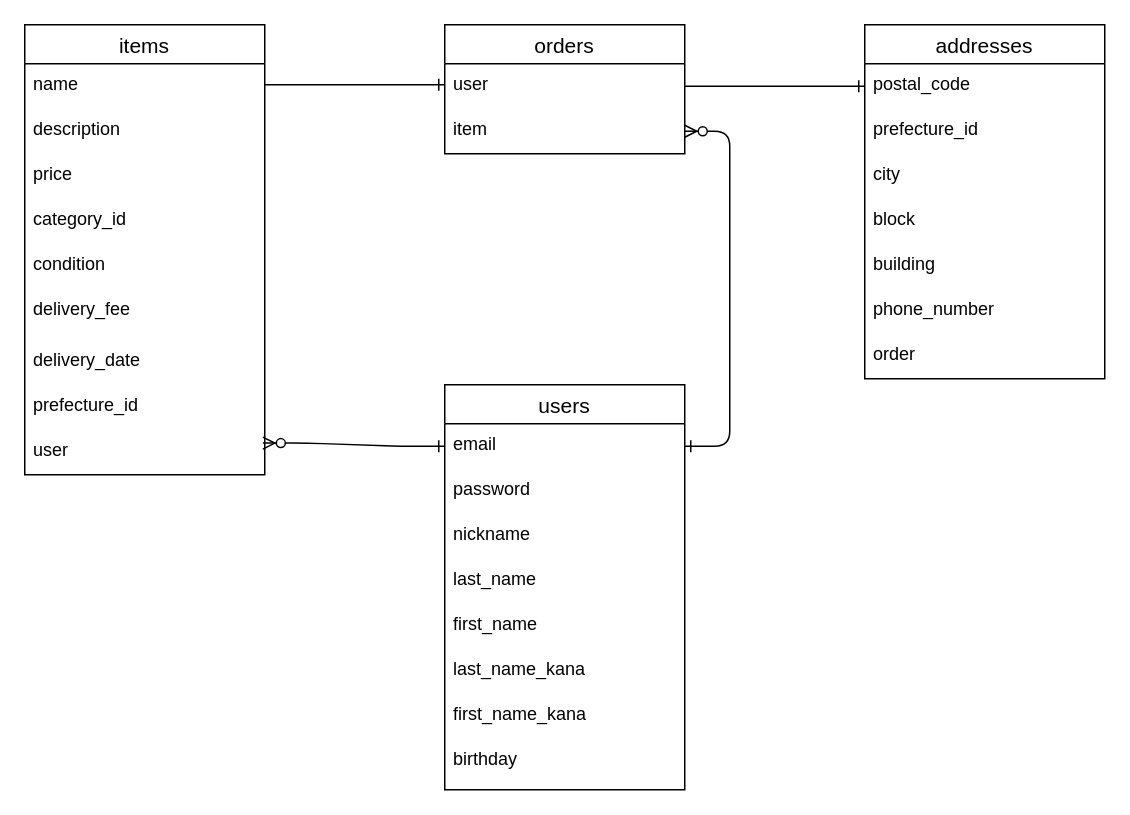
This is furima-39779.dio from cloudygraysky/furima-39779, a draw.io file, before an edit. Source tidied: cells renumbered, new cells numbered last; positions are measured from the earlier drawing's top-left corner, leaving out a move shared by most shapes. Both pictures are drawn from the tidied source at 150%, with x=0, y=0 at pixel (24, 24).
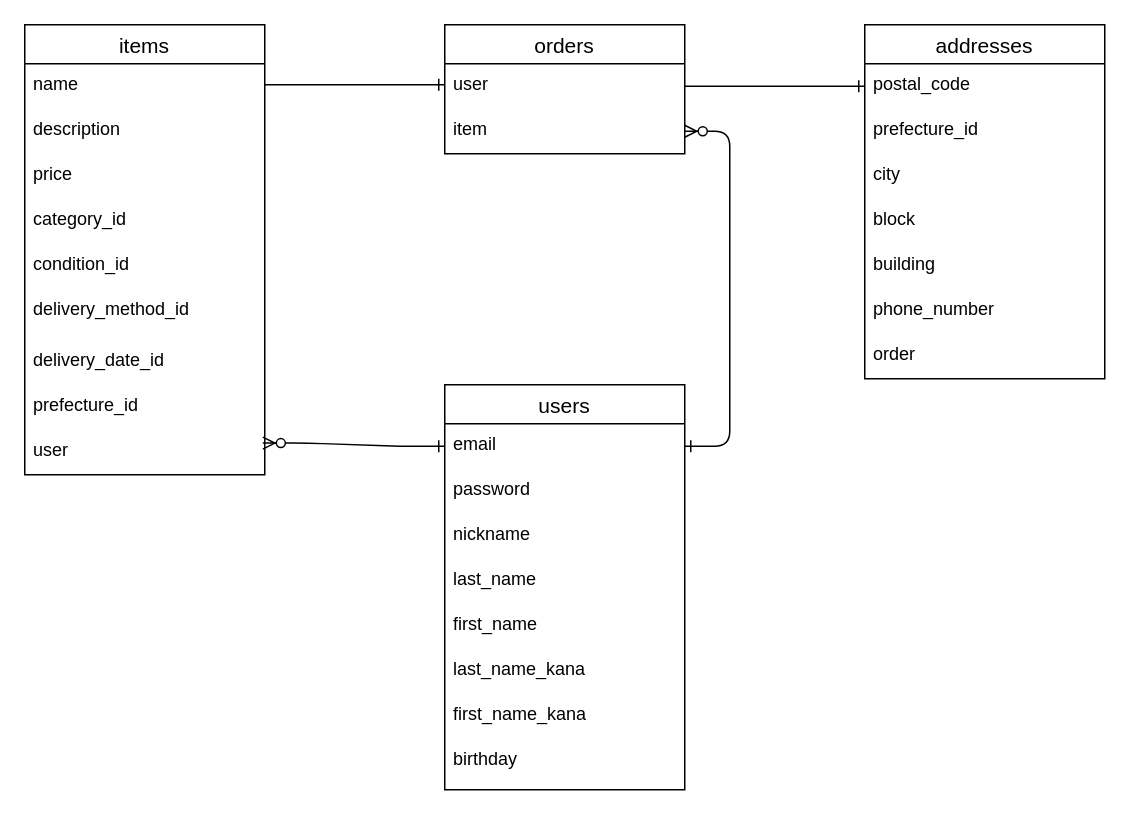
After the change.

The change refers to these unchanged cells:
```xml
<mxCell id="14" value="items" style="swimlane;fontStyle=0;horizontal=1;startSize=26;align=center;fontSize=14;" parent="1" vertex="1">
  <mxGeometry width="160" height="300" as="geometry" />
</mxCell>
```

The edit, as a diff of the source:
```diff
@@
-    <mxCell id="19" value="condition" style="text;strokeColor=none;fillColor=none;spacingLeft=4;spacingRight=4;overflow=hidden;fontSize=12;" parent="14" vertex="1">
+    <mxCell id="19" value="condition_id" style="text;strokeColor=none;fillColor=none;spacingLeft=4;spacingRight=4;overflow=hidden;fontSize=12;" parent="14" vertex="1">
       <mxGeometry y="146" width="160" height="30" as="geometry" />
     </mxCell>
-    <mxCell id="20" value="delivery_fee" style="text;strokeColor=none;fillColor=none;spacingLeft=4;spacingRight=4;overflow=hidden;fontSize=12;" parent="14" vertex="1">
+    <mxCell id="20" value="delivery_method_id" style="text;strokeColor=none;fillColor=none;spacingLeft=4;spacingRight=4;overflow=hidden;fontSize=12;" parent="14" vertex="1">
       <mxGeometry y="176" width="160" height="34" as="geometry" />
     </mxCell>
-    <mxCell id="21" value="delivery_date" style="text;strokeColor=none;fillColor=none;spacingLeft=4;spacingRight=4;overflow=hidden;fontSize=12;" parent="14" vertex="1">
+    <mxCell id="21" value="delivery_date_id" style="text;strokeColor=none;fillColor=none;spacingLeft=4;spacingRight=4;overflow=hidden;fontSize=12;" parent="14" vertex="1">
       <mxGeometry y="210" width="160" height="30" as="geometry" />
     </mxCell>
```
